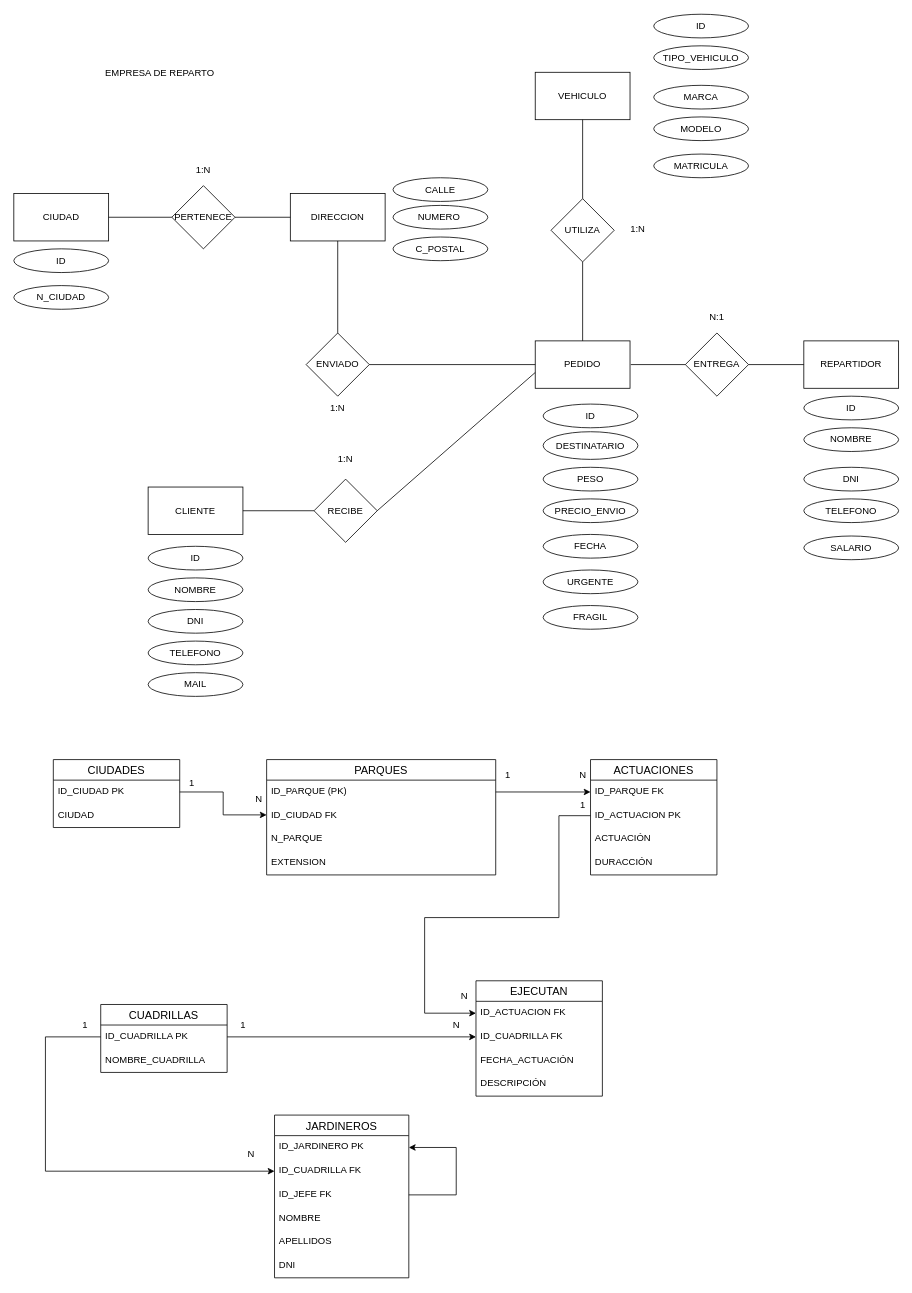
This is page "Página-1" (1 of 2) of Diagrama_REPARTO.drawio from cjsampe/EMPRESA_REPARTO, a draw.io file, before an edit. Source tidied: cells renumbered, new cells numbered last; positions are measured from the earlier drawing's top-left corner, leaving out a move shared by most shapes. Both pictures are drawn from the tidied source at 79%, with x=0, y=0 at pixel (13, 13).
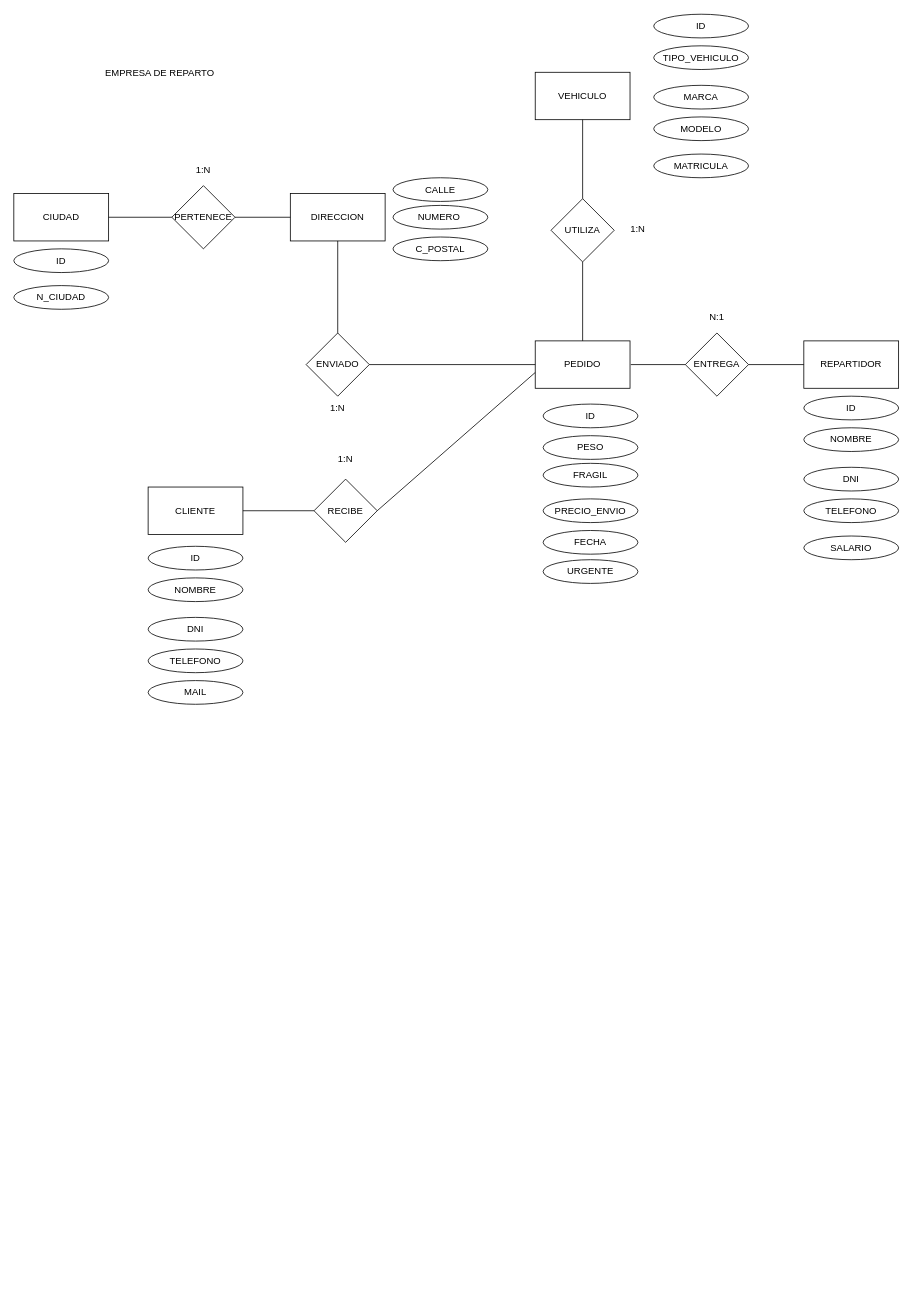
The same diagram, later.

Commit message:
Incluido modelo relacional

The edit, as a diff of the source:
```diff
@@
-    <mxCell id="20" value="DESTINATARIO" style="ellipse;whiteSpace=wrap;html=1;" parent="1" vertex="1">
-      <mxGeometry x="670" y="529" width="120" height="35" as="geometry" />
+    <mxCell id="20" value="C_POSTAL" style="ellipse;whiteSpace=wrap;html=1;" parent="1" vertex="1">
+      <mxGeometry x="480" y="282.5" width="120" height="30" as="geometry" />
     </mxCell>
     <mxCell id="21" value="DNI" style="ellipse;whiteSpace=wrap;html=1;" parent="1" vertex="1">
-      <mxGeometry x="170" y="754" width="120" height="30" as="geometry" />
+      <mxGeometry x="170" y="764" width="120" height="30" as="geometry" />
     </mxCell>
     <mxCell id="22" value="TELEFONO" style="ellipse;whiteSpace=wrap;html=1;" parent="1" vertex="1">
-      <mxGeometry x="170" y="794" width="120" height="30" as="geometry" />
+      <mxGeometry x="170" y="804" width="120" height="30" as="geometry" />
     </mxCell>
     <mxCell id="23" value="MAIL" style="ellipse;whiteSpace=wrap;html=1;" parent="1" vertex="1">
-      <mxGeometry x="170" y="834" width="120" height="30" as="geometry" />
+      <mxGeometry x="170" y="844" width="120" height="30" as="geometry" />
     </mxCell>
@@
     <mxCell id="27" value="PESO" style="ellipse;whiteSpace=wrap;html=1;" parent="1" vertex="1">
-      <mxGeometry x="670" y="574" width="120" height="30" as="geometry" />
+      <mxGeometry x="670" y="534" width="120" height="30" as="geometry" />
     </mxCell>
     <mxCell id="28" value="FRAGIL" style="ellipse;whiteSpace=wrap;html=1;" parent="1" vertex="1">
-      <mxGeometry x="670" y="749" width="120" height="30" as="geometry" />
+      <mxGeometry x="670" y="569" width="120" height="30" as="geometry" />
     </mxCell>
@@
     <mxCell id="30" value="FECHA" style="ellipse;whiteSpace=wrap;html=1;" parent="1" vertex="1">
-      <mxGeometry x="670" y="659" width="120" height="30" as="geometry" />
+      <mxGeometry x="670" y="654" width="120" height="30" as="geometry" />
     </mxCell>
     <mxCell id="31" value="URGENTE" style="ellipse;whiteSpace=wrap;html=1;" parent="1" vertex="1">
-      <mxGeometry x="670" y="704" width="120" height="30" as="geometry" />
+      <mxGeometry x="670" y="691" width="120" height="30" as="geometry" />
     </mxCell>
@@
-    <mxCell id="55" value="C_POSTAL" style="ellipse;whiteSpace=wrap;html=1;" parent="1" vertex="1">
-      <mxGeometry x="480" y="282.5" width="120" height="30" as="geometry" />
-    </mxCell>
-    <mxCell id="56" value="PARQUES" style="swimlane;fontStyle=0;horizontal=1;startSize=26;align=center;fontSize=14;" parent="1" vertex="1">
-      <mxGeometry x="320" y="944" width="290" height="146" as="geometry" />
-    </mxCell>
-    <mxCell id="57" value="ID_PARQUE (PK)" style="text;strokeColor=none;fillColor=none;spacingLeft=4;spacingRight=4;overflow=hidden;points=[[0,0.5],[1,0.5]];portConstraint=eastwest;fontSize=12;" parent="56" vertex="1">
-      <mxGeometry y="26" width="290" height="30" as="geometry" />
-    </mxCell>
-    <mxCell id="58" value="ID_CIUDAD FK" style="text;strokeColor=none;fillColor=none;spacingLeft=4;spacingRight=4;overflow=hidden;fontSize=12;" parent="56" vertex="1">
-      <mxGeometry y="56" width="290" height="30" as="geometry" />
-    </mxCell>
-    <mxCell id="59" value="N_PARQUE" style="text;strokeColor=none;fillColor=none;spacingLeft=4;spacingRight=4;overflow=hidden;points=[[0,0.5],[1,0.5]];portConstraint=eastwest;fontSize=12;" parent="56" vertex="1">
-      <mxGeometry y="86" width="290" height="30" as="geometry" />
-    </mxCell>
-    <mxCell id="60" value="EXTENSION" style="text;strokeColor=none;fillColor=none;spacingLeft=4;spacingRight=4;overflow=hidden;fontSize=12;" parent="56" vertex="1">
-      <mxGeometry y="116" width="290" height="30" as="geometry" />
-    </mxCell>
-    <mxCell id="61" value="CIUDADES" style="swimlane;fontStyle=0;horizontal=1;startSize=26;align=center;fontSize=14;" parent="1" vertex="1">
-      <mxGeometry x="50" y="944" width="160" height="86" as="geometry" />
-    </mxCell>
-    <mxCell id="62" value="ID_CIUDAD PK" style="text;strokeColor=none;fillColor=none;spacingLeft=4;spacingRight=4;overflow=hidden;points=[[0,0.5],[1,0.5]];portConstraint=eastwest;fontSize=12;" parent="61" vertex="1">
-      <mxGeometry y="26" width="160" height="30" as="geometry" />
-    </mxCell>
-    <mxCell id="63" value="CIUDAD" style="text;strokeColor=none;fillColor=none;spacingLeft=4;spacingRight=4;overflow=hidden;fontSize=12;" parent="61" vertex="1">
-      <mxGeometry y="56" width="160" height="30" as="geometry" />
-    </mxCell>
-    <mxCell id="64" value="ACTUACIONES" style="swimlane;fontStyle=0;horizontal=1;startSize=26;align=center;fontSize=14;" parent="1" vertex="1">
-      <mxGeometry x="730" y="944" width="160" height="146" as="geometry" />
-    </mxCell>
-    <mxCell id="65" value="ID_PARQUE FK" style="text;strokeColor=none;fillColor=none;spacingLeft=4;spacingRight=4;overflow=hidden;points=[[0,0.5],[1,0.5]];portConstraint=eastwest;fontSize=12;" parent="64" vertex="1">
-      <mxGeometry y="26" width="160" height="30" as="geometry" />
-    </mxCell>
-    <mxCell id="66" value="ID_ACTUACION PK" style="text;strokeColor=none;fillColor=none;spacingLeft=4;spacingRight=4;overflow=hidden;points=[[0,0.5],[1,0.5]];portConstraint=eastwest;fontSize=12;" parent="64" vertex="1">
-      <mxGeometry y="56" width="160" height="30" as="geometry" />
-    </mxCell>
-    <mxCell id="67" value="ACTUACIÓN" style="text;strokeColor=none;fillColor=none;spacingLeft=4;spacingRight=4;overflow=hidden;fontSize=12;" parent="64" vertex="1">
-      <mxGeometry y="86" width="160" height="30" as="geometry" />
-    </mxCell>
-    <mxCell id="68" value="DURACCIÓN" style="text;strokeColor=none;fillColor=none;spacingLeft=4;spacingRight=4;overflow=hidden;fontSize=12;" parent="64" vertex="1">
-      <mxGeometry y="116" width="160" height="30" as="geometry" />
-    </mxCell>
-    <mxCell id="69" value="EJECUTAN" style="swimlane;fontStyle=0;horizontal=1;startSize=26;align=center;fontSize=14;" parent="1" vertex="1">
-      <mxGeometry x="585" y="1224" width="160" height="146" as="geometry" />
-    </mxCell>
-    <mxCell id="70" value="ID_ACTUACION FK" style="text;strokeColor=none;fillColor=none;spacingLeft=4;spacingRight=4;overflow=hidden;points=[[0,0.5],[1,0.5]];portConstraint=eastwest;fontSize=12;" parent="69" vertex="1">
-      <mxGeometry y="26" width="160" height="30" as="geometry" />
-    </mxCell>
-    <mxCell id="71" value="ID_CUADRILLA FK" style="text;strokeColor=none;fillColor=none;spacingLeft=4;spacingRight=4;overflow=hidden;points=[[0,0.5],[1,0.5]];portConstraint=eastwest;fontSize=12;" parent="69" vertex="1">
-      <mxGeometry y="56" width="160" height="30" as="geometry" />
-    </mxCell>
-    <mxCell id="72" value="FECHA_ACTUACIÓN" style="text;strokeColor=none;fillColor=none;spacingLeft=4;spacingRight=4;overflow=hidden;fontSize=12;" parent="69" vertex="1">
-      <mxGeometry y="86" width="160" height="30" as="geometry" />
-    </mxCell>
-    <mxCell id="73" value="DESCRIPCIÓN" style="text;strokeColor=none;fillColor=none;spacingLeft=4;spacingRight=4;overflow=hidden;fontSize=12;" parent="69" vertex="1">
-      <mxGeometry y="116" width="160" height="30" as="geometry" />
-    </mxCell>
-    <mxCell id="74" style="edgeStyle=orthogonalEdgeStyle;rounded=0;jettySize=auto;html=1;exitX=1;exitY=0.5;exitDx=0;exitDy=0;entryX=0;entryY=-0.533;entryDx=0;entryDy=0;entryPerimeter=0;" parent="1" edge="1" source="62" target="59">
-      <mxGeometry relative="1" as="geometry" />
-    </mxCell>
-    <mxCell id="75" value="1" style="text;html=1;align=center;verticalAlign=middle;" parent="1" vertex="1">
-      <mxGeometry x="215" y="964" width="20" height="20" as="geometry" />
-    </mxCell>
-    <mxCell id="76" value="N" style="text;html=1;align=center;verticalAlign=middle;" parent="1" vertex="1">
-      <mxGeometry x="300" y="984" width="20" height="20" as="geometry" />
-    </mxCell>
-    <mxCell id="77" value="1" style="text;html=1;align=center;verticalAlign=middle;" parent="1" vertex="1">
-      <mxGeometry x="615" y="954" width="20" height="20" as="geometry" />
-    </mxCell>
-    <mxCell id="78" value="N" style="text;html=1;align=center;verticalAlign=middle;" parent="1" vertex="1">
-      <mxGeometry x="710" y="954" width="20" height="20" as="geometry" />
-    </mxCell>
-    <mxCell id="79" style="edgeStyle=orthogonalEdgeStyle;rounded=0;jettySize=auto;html=1;" parent="1" edge="1" source="57" target="65">
-      <mxGeometry relative="1" as="geometry" />
-    </mxCell>
-    <mxCell id="80" style="edgeStyle=orthogonalEdgeStyle;rounded=0;jettySize=auto;html=1;" parent="1" edge="1" source="66" target="70">
-      <mxGeometry relative="1" as="geometry">
-        <Array as="points">
-          <mxPoint x="690" y="1015" />
-          <mxPoint x="690" y="1144" />
-          <mxPoint x="520" y="1144" />
-          <mxPoint x="520" y="1265" />
-        </Array>
-      </mxGeometry>
-    </mxCell>
-    <mxCell id="81" value="CUADRILLAS" style="swimlane;fontStyle=0;horizontal=1;startSize=26;align=center;fontSize=14;" parent="1" vertex="1">
-      <mxGeometry x="110" y="1254" width="160" height="86" as="geometry" />
-    </mxCell>
-    <mxCell id="82" value="ID_CUADRILLA PK" style="text;strokeColor=none;fillColor=none;spacingLeft=4;spacingRight=4;overflow=hidden;points=[[0,0.5],[1,0.5]];portConstraint=eastwest;fontSize=12;" parent="81" vertex="1">
-      <mxGeometry y="26" width="160" height="30" as="geometry" />
-    </mxCell>
-    <mxCell id="83" value="NOMBRE_CUADRILLA" style="text;strokeColor=none;fillColor=none;spacingLeft=4;spacingRight=4;overflow=hidden;fontSize=12;" parent="81" vertex="1">
-      <mxGeometry y="56" width="160" height="30" as="geometry" />
-    </mxCell>
-    <mxCell id="84" style="edgeStyle=orthogonalEdgeStyle;rounded=0;jettySize=auto;html=1;" parent="1" edge="1" source="82" target="71">
-      <mxGeometry relative="1" as="geometry" />
-    </mxCell>
-    <mxCell id="85" style="edgeStyle=orthogonalEdgeStyle;rounded=0;jettySize=auto;html=1;entryX=0;entryY=0.5;entryDx=0;entryDy=0;" parent="1" edge="1" source="82" target="88">
-      <mxGeometry relative="1" as="geometry">
-        <Array as="points">
-          <mxPoint x="40" y="1295" />
-          <mxPoint x="40" y="1465" />
-        </Array>
-      </mxGeometry>
-    </mxCell>
-    <mxCell id="86" value="JARDINEROS" style="swimlane;fontStyle=0;horizontal=1;startSize=26;align=center;fontSize=14;" parent="1" vertex="1">
-      <mxGeometry x="330" y="1394" width="170" height="206" as="geometry" />
-    </mxCell>
-    <mxCell id="87" value="ID_JARDINERO PK" style="text;strokeColor=none;fillColor=none;spacingLeft=4;spacingRight=4;overflow=hidden;points=[[0,0.5],[1,0.5]];portConstraint=eastwest;fontSize=12;" parent="86" vertex="1">
-      <mxGeometry y="26" width="170" height="30" as="geometry" />
-    </mxCell>
-    <mxCell id="88" value="ID_CUADRILLA FK" style="text;strokeColor=none;fillColor=none;spacingLeft=4;spacingRight=4;overflow=hidden;points=[[0,0.5],[1,0.5]];portConstraint=eastwest;fontSize=12;" parent="86" vertex="1">
-      <mxGeometry y="56" width="170" height="30" as="geometry" />
-    </mxCell>
-    <mxCell id="89" value="ID_JEFE FK" style="text;strokeColor=none;fillColor=none;spacingLeft=4;spacingRight=4;overflow=hidden;points=[[0,0.5],[1,0.5]];portConstraint=eastwest;fontSize=12;" parent="86" vertex="1">
-      <mxGeometry y="86" width="170" height="30" as="geometry" />
-    </mxCell>
-    <mxCell id="90" value="NOMBRE" style="text;strokeColor=none;fillColor=none;spacingLeft=4;spacingRight=4;overflow=hidden;fontSize=12;" parent="86" vertex="1">
-      <mxGeometry y="116" width="170" height="30" as="geometry" />
-    </mxCell>
-    <mxCell id="91" value="APELLIDOS" style="text;strokeColor=none;fillColor=none;spacingLeft=4;spacingRight=4;overflow=hidden;fontSize=12;" parent="86" vertex="1">
-      <mxGeometry y="146" width="170" height="30" as="geometry" />
-    </mxCell>
-    <mxCell id="92" value="DNI" style="text;strokeColor=none;fillColor=none;spacingLeft=4;spacingRight=4;overflow=hidden;fontSize=12;" parent="86" vertex="1">
-      <mxGeometry y="176" width="170" height="30" as="geometry" />
-    </mxCell>
-    <mxCell id="93" style="edgeStyle=orthogonalEdgeStyle;rounded=0;jettySize=auto;html=1;entryX=1;entryY=0.5;entryDx=0;entryDy=0;" parent="86" edge="1" source="89" target="87">
-      <mxGeometry relative="1" as="geometry">
-        <Array as="points">
-          <mxPoint x="230" y="101" />
-          <mxPoint x="230" y="41" />
-        </Array>
-      </mxGeometry>
-    </mxCell>
-    <mxCell id="94" value="1" style="text;html=1;align=center;verticalAlign=middle;" parent="1" vertex="1">
-      <mxGeometry x="710" y="992" width="20" height="20" as="geometry" />
-    </mxCell>
-    <mxCell id="95" value="1" style="text;html=1;align=center;verticalAlign=middle;" parent="1" vertex="1">
-      <mxGeometry x="280" y="1270" width="20" height="20" as="geometry" />
-    </mxCell>
-    <mxCell id="96" value="1" style="text;html=1;align=center;verticalAlign=middle;" parent="1" vertex="1">
-      <mxGeometry x="80" y="1270" width="20" height="20" as="geometry" />
-    </mxCell>
-    <mxCell id="97" value="N" style="text;html=1;align=center;verticalAlign=middle;" parent="1" vertex="1">
-      <mxGeometry x="550" y="1270" width="20" height="20" as="geometry" />
-    </mxCell>
-    <mxCell id="98" value="N" style="text;html=1;align=center;verticalAlign=middle;" parent="1" vertex="1">
-      <mxGeometry x="560" y="1234" width="20" height="20" as="geometry" />
-    </mxCell>
-    <mxCell id="99" value="N" style="text;html=1;align=center;verticalAlign=middle;" parent="1" vertex="1">
-      <mxGeometry x="290" y="1434" width="20" height="20" as="geometry" />
-    </mxCell>
```
